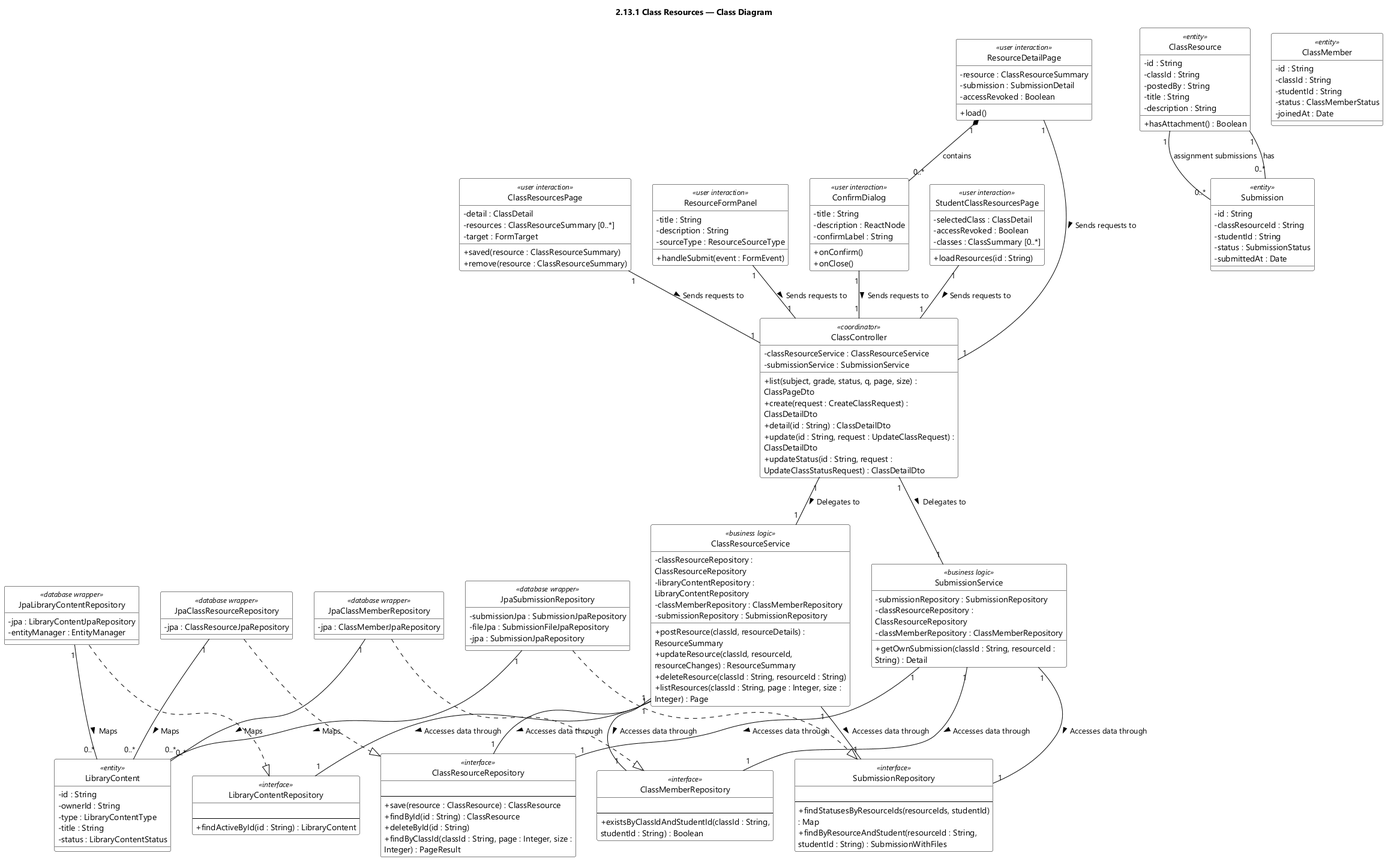
Earlier version of the PlantUML export designs/sds-diagrams/feat13/feat13-class-diagram.png (EduA-system/EduA-system). Source of this version:
```plantuml
@startuml feat13 Class Resources - Class Diagram
skinparamlocked dpi 96
skinparam defaultFontName "Segoe UI"
skinparam shadowing false
skinparam wrapWidth 320
skinparam classBackgroundColor #FFFFFF
skinparam classBorderColor #000000
skinparam ArrowColor #000000
skinparam classAttributeIconSize 0
hide circle
title 2.13.1 Class Resources — Class Diagram
class ClassResourcesPage <<user interaction>> {
  - detail : ClassDetail
  - resources : ClassResourceSummary [0..*]
  - target : FormTarget
  + saved(resource : ClassResourceSummary)
  + remove(resource : ClassResourceSummary)
}

class ResourceFormPanel <<user interaction>> {
  - title : String
  - description : String
  - sourceType : ResourceSourceType
  + handleSubmit(event : FormEvent)
}

class ClassController <<coordinator>> {
  - classResourceService : ClassResourceService
  - submissionService : SubmissionService
  + list(subject, grade, status, q, page, size) : ClassPageDto
  + create(request : CreateClassRequest) : ClassDetailDto
  + detail(id : String) : ClassDetailDto
  + update(id : String, request : UpdateClassRequest) : ClassDetailDto
  + updateStatus(id : String, request : UpdateClassStatusRequest) : ClassDetailDto
}

class ClassResourceService <<business logic>> {
  - classResourceRepository : ClassResourceRepository
  - libraryContentRepository : LibraryContentRepository
  - classMemberRepository : ClassMemberRepository
  - submissionRepository : SubmissionRepository
  + postResource(classId, resourceDetails) : ResourceSummary
  + updateResource(classId, resourceId, resourceChanges) : ResourceSummary
  + deleteResource(classId : String, resourceId : String)
  + listResources(classId : String, page : Integer, size : Integer) : Page
}

class LibraryContentRepository <<interface>> {
  {field}
  --
  + findActiveById(id : String) : LibraryContent
}

class ClassResourceRepository <<interface>> {
  {field}
  --
  + save(resource : ClassResource) : ClassResource
  + findById(id : String) : ClassResource
  + deleteById(id : String)
  + findByClassId(classId : String, page : Integer, size : Integer) : PageResult
}

class ConfirmDialog <<user interaction>> {
  - title : String
  - description : ReactNode
  - confirmLabel : String
  + onConfirm()
  + onClose()
}

class StudentClassResourcesPage <<user interaction>> {
  - selectedClass : ClassDetail
  - accessRevoked : Boolean
  - classes : ClassSummary [0..*]
  + loadResources(id : String)
}

class ClassMemberRepository <<interface>> {
  {field}
  --
  + existsByClassIdAndStudentId(classId : String, studentId : String) : Boolean
}

class SubmissionRepository <<interface>> {
  {field}
  --
  + findStatusesByResourceIds(resourceIds, studentId) : Map
  + findByResourceAndStudent(resourceId : String, studentId : String) : SubmissionWithFiles
}

class ResourceDetailPage <<user interaction>> {
  - resource : ClassResourceSummary
  - submission : SubmissionDetail
  - accessRevoked : Boolean
  + load()
}

class SubmissionService <<business logic>> {
  - submissionRepository : SubmissionRepository
  - classResourceRepository : ClassResourceRepository
  - classMemberRepository : ClassMemberRepository
  + getOwnSubmission(classId : String, resourceId : String) : Detail
}

class JpaLibraryContentRepository <<database wrapper>> {
  - jpa : LibraryContentJpaRepository
  - entityManager : EntityManager
}

class JpaClassResourceRepository <<database wrapper>> {
  - jpa : ClassResourceJpaRepository
}

class JpaClassMemberRepository <<database wrapper>> {
  - jpa : ClassMemberJpaRepository
}

class JpaSubmissionRepository <<database wrapper>> {
  - submissionJpa : SubmissionJpaRepository
  - fileJpa : SubmissionFileJpaRepository
  - jpa : SubmissionJpaRepository
}

class LibraryContent <<entity>> {
  - id : String
  - ownerId : String
  - type : LibraryContentType
  - title : String
  - status : LibraryContentStatus
}

class ClassResource <<entity>> {
  - id : String
  - classId : String
  - postedBy : String
  - title : String
  - description : String
  + hasAttachment() : Boolean
}

class ClassMember <<entity>> {
  - id : String
  - classId : String
  - studentId : String
  - status : ClassMemberStatus
  - joinedAt : Date
}

class Submission <<entity>> {
  - id : String
  - classResourceId : String
  - studentId : String
  - status : SubmissionStatus
  - submittedAt : Date
}

ClassController "1" -- "1" ClassResourceService : Delegates to >
ClassController "1" -- "1" SubmissionService : Delegates to >
ClassResourceService "1" -- "1" ClassResourceRepository : Accesses data through >
ClassResourceService "1" -- "1" LibraryContentRepository : Accesses data through >
ClassResourceService "1" -- "1" ClassMemberRepository : Accesses data through >
ClassResourceService "1" -- "1" SubmissionRepository : Accesses data through >
SubmissionService "1" -- "1" SubmissionRepository : Accesses data through >
SubmissionService "1" -- "1" ClassResourceRepository : Accesses data through >
SubmissionService "1" -- "1" ClassMemberRepository : Accesses data through >
ClassResourcesPage "1" -- "1" ClassController : Sends requests to >
ResourceFormPanel "1" -- "1" ClassController : Sends requests to >
ConfirmDialog "1" -- "1" ClassController : Sends requests to >
StudentClassResourcesPage "1" -- "1" ClassController : Sends requests to >
ResourceDetailPage "1" -- "1" ClassController : Sends requests to >
JpaLibraryContentRepository ..|> LibraryContentRepository
JpaClassMemberRepository ..|> ClassMemberRepository
JpaClassResourceRepository ..|> ClassResourceRepository
ClassResource "1" -- "0..*" Submission : assignment submissions
ClassResource "1" -- "0..*" Submission : has
JpaSubmissionRepository ..|> SubmissionRepository
ResourceDetailPage "1" *-- "0..*" ConfirmDialog : contains
JpaLibraryContentRepository "1" -- "0..*" LibraryContent : Maps >
JpaClassResourceRepository "1" -- "0..*" LibraryContent : Maps >
JpaClassMemberRepository "1" -- "0..*" LibraryContent : Maps >
JpaSubmissionRepository "1" -- "0..*" LibraryContent : Maps >

@enduml
```
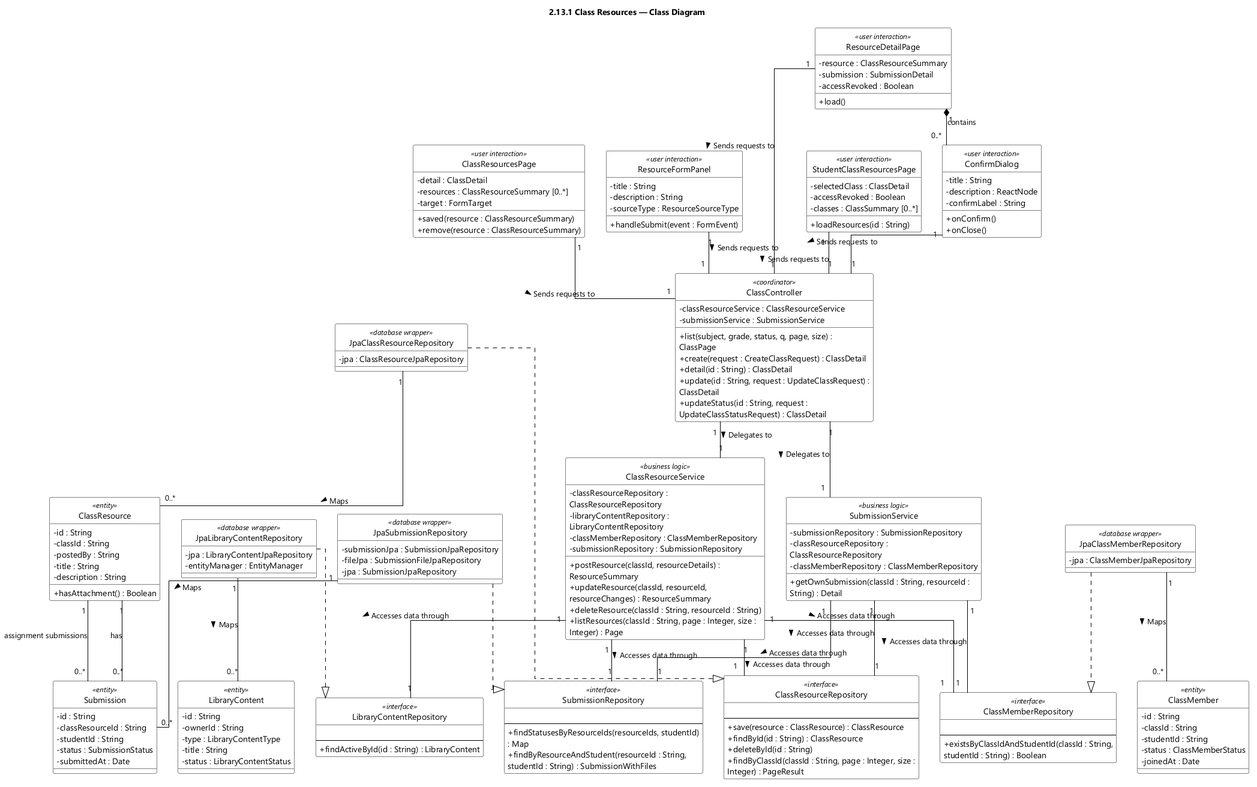
The same diagram one commit later.

The edit, as a diff of the source:
```diff
@@ -7,6 +7,7 @@
 skinparam classBorderColor #000000
 skinparam ArrowColor #000000
 skinparam classAttributeIconSize 0
+skinparam linetype ortho
 hide circle
 title 2.13.1 Class Resources — Class Diagram
 class ClassResourcesPage <<user interaction>> {
@@ -27,11 +28,11 @@
 class ClassController <<coordinator>> {
   - classResourceService : ClassResourceService
   - submissionService : SubmissionService
-  + list(subject, grade, status, q, page, size) : ClassPageDto
-  + create(request : CreateClassRequest) : ClassDetailDto
-  + detail(id : String) : ClassDetailDto
-  + update(id : String, request : UpdateClassRequest) : ClassDetailDto
-  + updateStatus(id : String, request : UpdateClassStatusRequest) : ClassDetailDto
+  + list(subject, grade, status, q, page, size) : ClassPage
+  + create(request : CreateClassRequest) : ClassDetail
+  + detail(id : String) : ClassDetail
+  + update(id : String, request : UpdateClassRequest) : ClassDetail
+  + updateStatus(id : String, request : UpdateClassStatusRequest) : ClassDetail
 }
 
 class ClassResourceService <<business logic>> {
@@ -176,8 +177,8 @@
 JpaSubmissionRepository ..|> SubmissionRepository
 ResourceDetailPage "1" *-- "0..*" ConfirmDialog : contains
 JpaLibraryContentRepository "1" -- "0..*" LibraryContent : Maps >
-JpaClassResourceRepository "1" -- "0..*" LibraryContent : Maps >
-JpaClassMemberRepository "1" -- "0..*" LibraryContent : Maps >
-JpaSubmissionRepository "1" -- "0..*" LibraryContent : Maps >
+JpaClassResourceRepository "1" -- "0..*" ClassResource : Maps >
+JpaClassMemberRepository "1" -- "0..*" ClassMember : Maps >
+JpaSubmissionRepository "1" -- "0..*" Submission : Maps >
 
 @enduml
```
